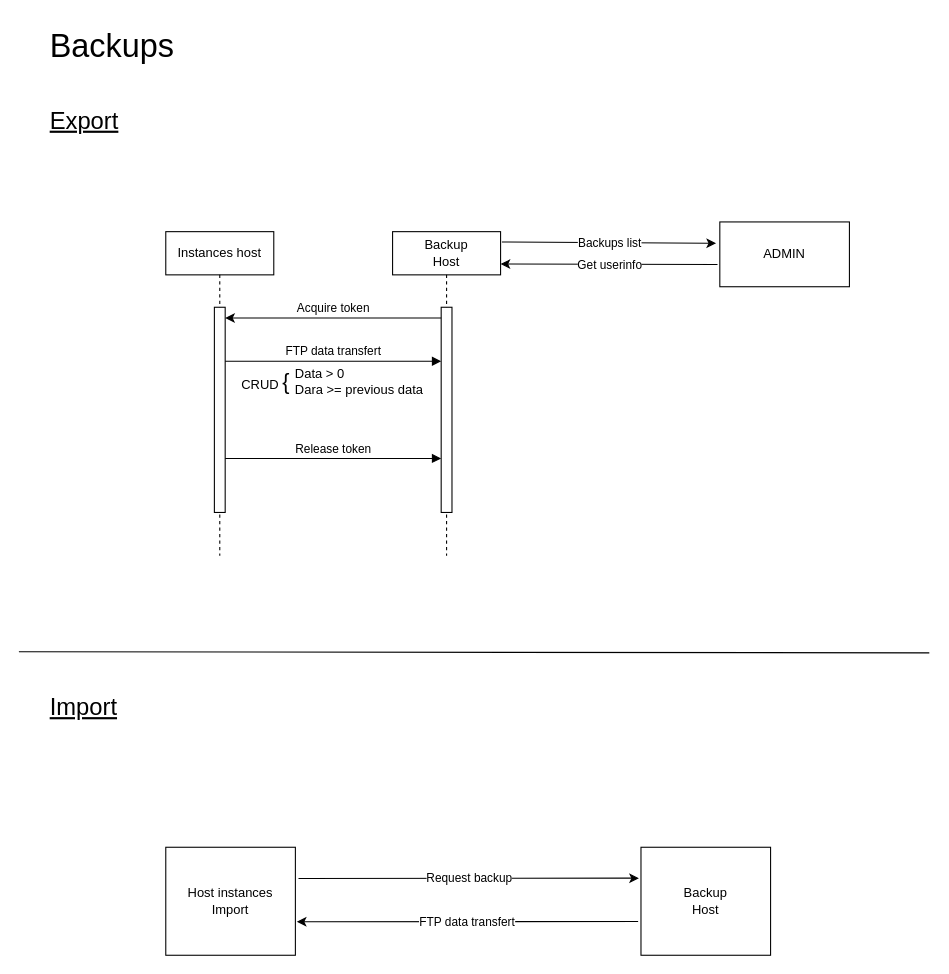
Above: doc/Backups.drawio in yesbabylon/b2 (draw.io), before the change. Source tidied: cells renumbered, new cells numbered last; positions are measured from the earlier drawing's top-left corner, leaving out a move shared by most shapes. Both pictures are drawn from the tidied source at 108%, with x=0, y=0 at pixel (18, 18).
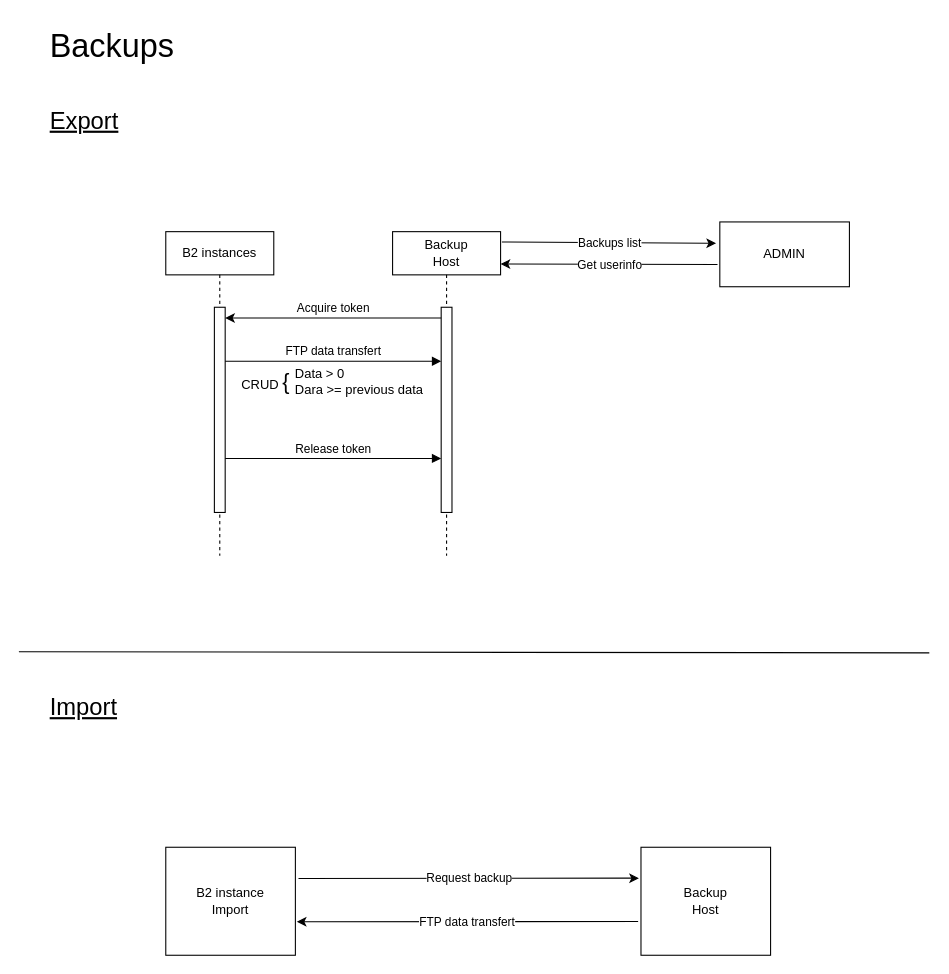
After the change.

Diff of the diagram source:
```diff
@@
-    <mxCell id="2" value="Instances host" style="shape=umlLifeline;perimeter=lifelinePerimeter;whiteSpace=wrap;html=1;newEdgeStyle={&quot;edgeStyle&quot;:&quot;elbowEdgeStyle&quot;,&quot;elbow&quot;:&quot;vertical&quot;,&quot;curved&quot;:0,&quot;rounded&quot;:0};" parent="1" vertex="1">
+    <mxCell id="2" value="B2 instances" style="shape=umlLifeline;perimeter=lifelinePerimeter;whiteSpace=wrap;html=1;newEdgeStyle={&quot;edgeStyle&quot;:&quot;elbowEdgeStyle&quot;,&quot;elbow&quot;:&quot;vertical&quot;,&quot;curved&quot;:0,&quot;rounded&quot;:0};" parent="1" vertex="1">
       <mxGeometry x="136" y="197" width="100" height="300" as="geometry" />
     </mxCell>
@@
-    <mxCell id="19" value="Host instances&lt;br&gt;Import" style="whiteSpace=wrap;html=1;" parent="1" vertex="1">
+    <mxCell id="19" value="B2 instance&lt;br&gt;Import" style="whiteSpace=wrap;html=1;" parent="1" vertex="1">
       <mxGeometry x="136" y="767" width="120" height="100" as="geometry" />
     </mxCell>
```
